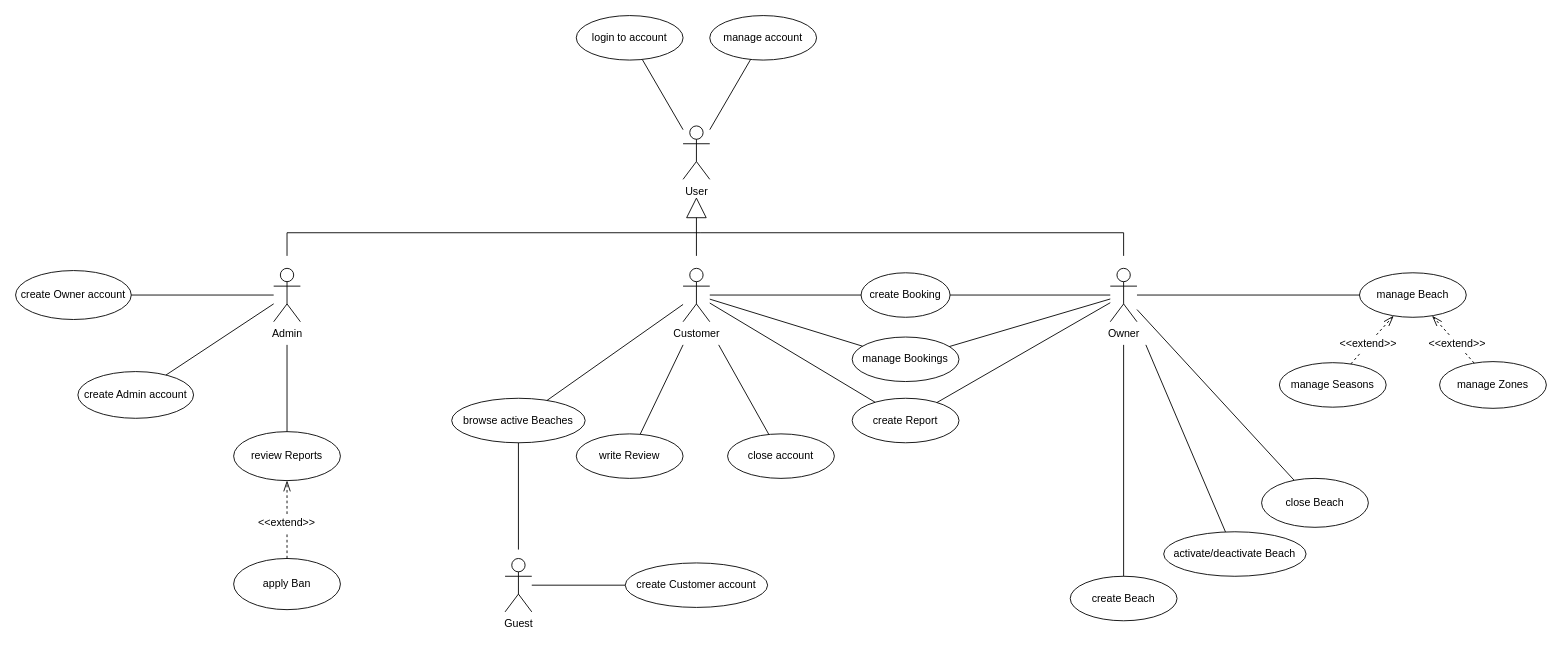
Earlier version of the draw.io diagram UML/Diagramma Use Cases.drawio (Teengamer37/gestione_stabilimento_balneare). Source tidied: cells renumbered, new cells numbered last; positions are measured from the earlier drawing's top-left corner, leaving out a move shared by most shapes. Both pictures are drawn from the tidied source at 89%, with x=0, y=0 at pixel (15, 15).
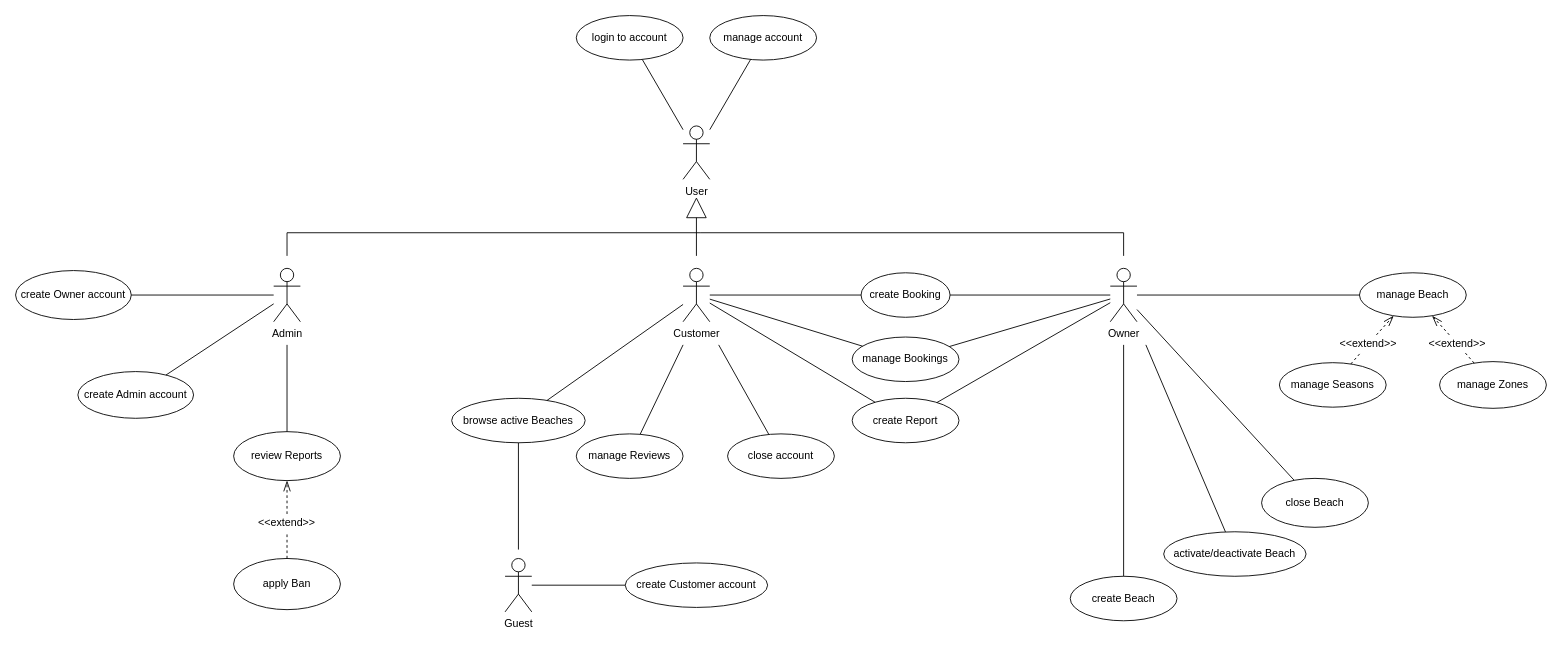
The same diagram, later.

What changed in the source:
```diff
@@
-    <mxCell id="7" value="write Review" style="ellipse;whiteSpace=wrap;html=1;" parent="1" vertex="1">
+    <mxCell id="7" value="manage Reviews" style="ellipse;whiteSpace=wrap;html=1;" parent="1" vertex="1">
       <mxGeometry x="630" y="470" width="120" height="50" as="geometry" />
     </mxCell>
```
